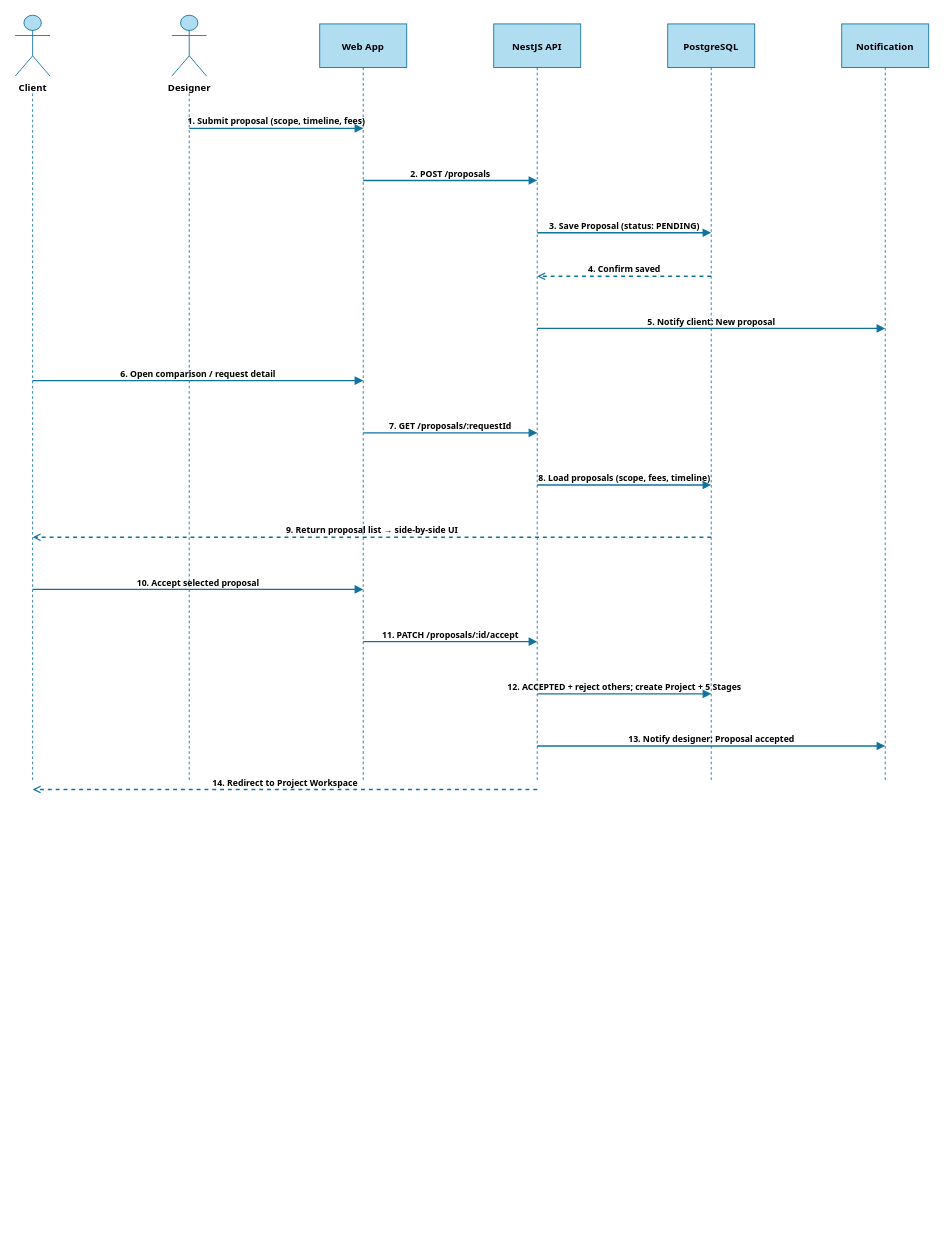
Before: docs/Interim/Diagrams/08-sequence-accept-proposal.drawio in MNSBaanu/Inside, a draw.io diagram. Source tidied: cells renumbered, new cells numbered last; positions are measured from the earlier drawing's top-left corner, leaving out a move shared by most shapes. Both pictures are drawn from the tidied source at 87%, with x=0, y=0 at pixel (15, 15).
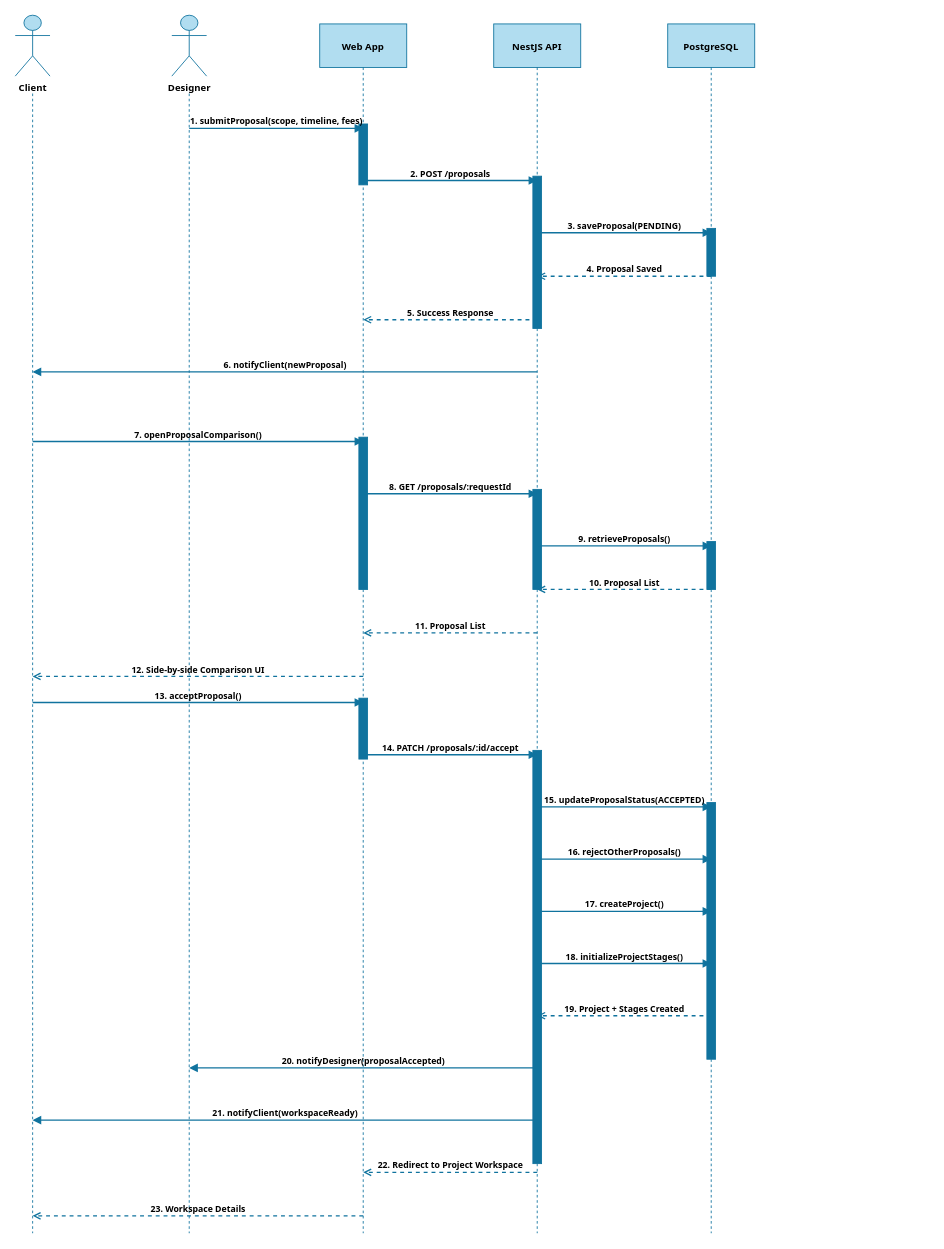
After the change.

Commit message (it also covers changes not shown here):
Update sequence diagrams for improved layout and clarity

- Adjusted dimensions and positions of elements in the Sequence Diagrams for Milestone Payment, Accept Proposal, and Stage Approval to enhance visual balance and alignment.
- Renamed "Actors" to "Participants" for consistency across diagrams.
- Introduced activation bars to better represent the flow of actions.
- Updated lifeline target points to reflect the new diagram heights, ensuring accurate representation of interactions.

The edit, as a diff of the source:
```diff
@@
-    <mxCell id="7" value="Notification" style="rounded=0;whiteSpace=wrap;html=1;fillColor=#b1ddf0;strokeColor=#10739e;fontFamily=Tahoma;fontSize=11;fontStyle=1;" parent="1" vertex="1">
-      <mxGeometry x="950" y="10" width="100" height="50" as="geometry" />
-    </mxCell>
     <mxCell id="8" style="endArrow=none;dashed=1;html=1;strokeColor=#10739e;strokeWidth=1;" parent="1" edge="1">
       <mxGeometry relative="1" as="geometry">
         <mxPoint x="20" y="90" as="sourcePoint" />
-        <mxPoint x="20" y="880" as="targetPoint" />
+        <mxPoint x="20" y="1400" as="targetPoint" />
       </mxGeometry>
     </mxCell>
     <mxCell id="9" style="endArrow=none;dashed=1;html=1;strokeColor=#10739e;strokeWidth=1;" parent="1" edge="1">
       <mxGeometry relative="1" as="geometry">
         <mxPoint x="200" y="90" as="sourcePoint" />
-        <mxPoint x="200" y="880" as="targetPoint" />
+        <mxPoint x="200" y="1400" as="targetPoint" />
       </mxGeometry>
     </mxCell>
     <mxCell id="10" style="endArrow=none;dashed=1;html=1;strokeColor=#10739e;strokeWidth=1;" parent="1" edge="1">
       <mxGeometry relative="1" as="geometry">
         <mxPoint x="400" y="60" as="sourcePoint" />
-        <mxPoint x="400" y="880" as="targetPoint" />
+        <mxPoint x="400" y="1400" as="targetPoint" />
       </mxGeometry>
     </mxCell>
     <mxCell id="11" style="endArrow=none;dashed=1;html=1;strokeColor=#10739e;strokeWidth=1;" parent="1" edge="1">
       <mxGeometry relative="1" as="geometry">
         <mxPoint x="600" y="60" as="sourcePoint" />
-        <mxPoint x="600" y="880" as="targetPoint" />
+        <mxPoint x="600" y="1400" as="targetPoint" />
       </mxGeometry>
     </mxCell>
     <mxCell id="12" style="endArrow=none;dashed=1;html=1;strokeColor=#10739e;strokeWidth=1;" parent="1" edge="1">
       <mxGeometry relative="1" as="geometry">
         <mxPoint x="800" y="60" as="sourcePoint" />
-        <mxPoint x="800" y="880" as="targetPoint" />
+        <mxPoint x="800" y="1400" as="targetPoint" />
       </mxGeometry>
     </mxCell>
-    <mxCell id="13" style="endArrow=none;dashed=1;html=1;strokeColor=#10739e;strokeWidth=1;" parent="1" edge="1">
-      <mxGeometry relative="1" as="geometry">
-        <mxPoint x="1000" y="60" as="sourcePoint" />
-        <mxPoint x="1000" y="880" as="targetPoint" />
-      </mxGeometry>
-    </mxCell>
+    <mxCell id="28" style="rounded=0;whiteSpace=wrap;html=1;fillColor=#10739e;strokeColor=#10739e;" parent="1" vertex="1">
+      <mxGeometry x="395" y="125" width="10" height="70" as="geometry" />
+    </mxCell>
+    <mxCell id="29" style="rounded=0;whiteSpace=wrap;html=1;fillColor=#10739e;strokeColor=#10739e;" parent="1" vertex="1">
+      <mxGeometry x="595" y="185" width="10" height="175" as="geometry" />
+    </mxCell>
+    <mxCell id="30" style="rounded=0;whiteSpace=wrap;html=1;fillColor=#10739e;strokeColor=#10739e;" parent="1" vertex="1">
+      <mxGeometry x="795" y="245" width="10" height="55" as="geometry" />
+    </mxCell>
+    <mxCell id="31" style="rounded=0;whiteSpace=wrap;html=1;fillColor=#10739e;strokeColor=#10739e;" parent="1" vertex="1">
+      <mxGeometry x="395" y="485" width="10" height="175" as="geometry" />
+    </mxCell>
+    <mxCell id="32" style="rounded=0;whiteSpace=wrap;html=1;fillColor=#10739e;strokeColor=#10739e;" parent="1" vertex="1">
+      <mxGeometry x="595" y="545" width="10" height="115" as="geometry" />
+    </mxCell>
+    <mxCell id="33" style="rounded=0;whiteSpace=wrap;html=1;fillColor=#10739e;strokeColor=#10739e;" parent="1" vertex="1">
+      <mxGeometry x="795" y="605" width="10" height="55" as="geometry" />
+    </mxCell>
+    <mxCell id="34" style="rounded=0;whiteSpace=wrap;html=1;fillColor=#10739e;strokeColor=#10739e;" parent="1" vertex="1">
+      <mxGeometry x="395" y="785" width="10" height="70" as="geometry" />
+    </mxCell>
+    <mxCell id="35" style="rounded=0;whiteSpace=wrap;html=1;fillColor=#10739e;strokeColor=#10739e;" parent="1" vertex="1">
+      <mxGeometry x="595" y="845" width="10" height="475" as="geometry" />
+    </mxCell>
+    <mxCell id="36" style="rounded=0;whiteSpace=wrap;html=1;fillColor=#10739e;strokeColor=#10739e;" parent="1" vertex="1">
+      <mxGeometry x="795" y="905" width="10" height="295" as="geometry" />
+    </mxCell>
-    <mxCell id="14" value="1. Submit proposal (scope, timeline, fees)" style="endArrow=block;endFill=1;html=1;strokeColor=#10739e;strokeWidth=1.5;fontFamily=Tahoma;fontSize=10;fontStyle=1;labelBackgroundColor=none;verticalAlign=bottom;" parent="1" edge="1">
+    <mxCell id="14" value="1. submitProposal(scope, timeline, fees)" style="endArrow=block;endFill=1;html=1;strokeColor=#10739e;strokeWidth=1.5;fontFamily=Tahoma;fontSize=10;fontStyle=1;labelBackgroundColor=none;verticalAlign=bottom;" parent="1" edge="1">
       <mxGeometry relative="1" as="geometry">
         <mxPoint x="200" y="130" as="sourcePoint" />
         <mxPoint x="400" y="130" as="targetPoint" />
       </mxGeometry>
     </mxCell>
@@
-    <mxCell id="16" value="3. Save Proposal (status: PENDING)" style="endArrow=block;endFill=1;html=1;strokeColor=#10739e;strokeWidth=1.5;fontFamily=Tahoma;fontSize=10;fontStyle=1;labelBackgroundColor=none;verticalAlign=bottom;" parent="1" edge="1">
+    <mxCell id="16" value="3. saveProposal(PENDING)" style="endArrow=block;endFill=1;html=1;strokeColor=#10739e;strokeWidth=1.5;fontFamily=Tahoma;fontSize=10;fontStyle=1;labelBackgroundColor=none;verticalAlign=bottom;" parent="1" edge="1">
       <mxGeometry relative="1" as="geometry">
         <mxPoint x="600" y="250" as="sourcePoint" />
         <mxPoint x="800" y="250" as="targetPoint" />
       </mxGeometry>
     </mxCell>
-    <mxCell id="17" value="4. Confirm saved" style="endArrow=open;endFill=0;dashed=1;html=1;strokeColor=#10739e;strokeWidth=1.5;fontFamily=Tahoma;fontSize=10;fontStyle=1;labelBackgroundColor=none;verticalAlign=bottom;" parent="1" edge="1">
+    <mxCell id="17" value="4. Proposal Saved" style="endArrow=open;endFill=0;dashed=1;html=1;strokeColor=#10739e;strokeWidth=1.5;fontFamily=Tahoma;fontSize=10;fontStyle=1;labelBackgroundColor=none;verticalAlign=bottom;" parent="1" edge="1">
       <mxGeometry relative="1" as="geometry">
         <mxPoint x="800" y="300" as="sourcePoint" />
         <mxPoint x="600" y="300" as="targetPoint" />
       </mxGeometry>
     </mxCell>
-    <mxCell id="18" value="5. Notify client: New proposal" style="endArrow=block;endFill=1;html=1;strokeColor=#10739e;strokeWidth=1.5;fontFamily=Tahoma;fontSize=10;fontStyle=1;labelBackgroundColor=none;verticalAlign=bottom;" parent="1" edge="1">
+    <mxCell id="18" value="5. Success Response" style="endArrow=open;endFill=0;dashed=1;html=1;strokeColor=#10739e;strokeWidth=1.5;fontFamily=Tahoma;fontSize=10;fontStyle=1;labelBackgroundColor=none;verticalAlign=bottom;" parent="1" edge="1">
       <mxGeometry relative="1" as="geometry">
-        <mxPoint x="600" y="360" as="sourcePoint" />
-        <mxPoint x="1000" y="360" as="targetPoint" />
+        <mxPoint x="600" y="350" as="sourcePoint" />
+        <mxPoint x="400" y="350" as="targetPoint" />
       </mxGeometry>
     </mxCell>
-    <mxCell id="19" value="6. Open comparison / request detail" style="endArrow=block;endFill=1;html=1;strokeColor=#10739e;strokeWidth=1.5;fontFamily=Tahoma;fontSize=10;fontStyle=1;labelBackgroundColor=none;verticalAlign=bottom;" parent="1" edge="1">
+    <mxCell id="19" value="6. notifyClient(newProposal)" style="endArrow=block;endFill=1;html=1;strokeColor=#10739e;strokeWidth=1.5;fontFamily=Tahoma;fontSize=10;fontStyle=1;labelBackgroundColor=none;verticalAlign=bottom;" parent="1" edge="1">
       <mxGeometry relative="1" as="geometry">
-        <mxPoint x="20" y="420" as="sourcePoint" />
-        <mxPoint x="400" y="420" as="targetPoint" />
+        <mxPoint x="600" y="410" as="sourcePoint" />
+        <mxPoint x="20" y="410" as="targetPoint" />
       </mxGeometry>
     </mxCell>
-    <mxCell id="20" value="7. GET /proposals/:requestId" style="endArrow=block;endFill=1;html=1;strokeColor=#10739e;strokeWidth=1.5;fontFamily=Tahoma;fontSize=10;fontStyle=1;labelBackgroundColor=none;verticalAlign=bottom;" parent="1" edge="1">
+    <mxCell id="20" value="7. openProposalComparison()" style="endArrow=block;endFill=1;html=1;strokeColor=#10739e;strokeWidth=1.5;fontFamily=Tahoma;fontSize=10;fontStyle=1;labelBackgroundColor=none;verticalAlign=bottom;" parent="1" edge="1">
       <mxGeometry relative="1" as="geometry">
-        <mxPoint x="400" y="480" as="sourcePoint" />
-        <mxPoint x="600" y="480" as="targetPoint" />
+        <mxPoint x="20" y="490" as="sourcePoint" />
+        <mxPoint x="400" y="490" as="targetPoint" />
       </mxGeometry>
     </mxCell>
-    <mxCell id="21" value="8. Load proposals (scope, fees, timeline)" style="endArrow=block;endFill=1;html=1;strokeColor=#10739e;strokeWidth=1.5;fontFamily=Tahoma;fontSize=10;fontStyle=1;labelBackgroundColor=none;verticalAlign=bottom;" parent="1" edge="1">
+    <mxCell id="21" value="8. GET /proposals/:requestId" style="endArrow=block;endFill=1;html=1;strokeColor=#10739e;strokeWidth=1.5;fontFamily=Tahoma;fontSize=10;fontStyle=1;labelBackgroundColor=none;verticalAlign=bottom;" parent="1" edge="1">
       <mxGeometry relative="1" as="geometry">
-        <mxPoint x="600" y="540" as="sourcePoint" />
-        <mxPoint x="800" y="540" as="targetPoint" />
+        <mxPoint x="400" y="550" as="sourcePoint" />
+        <mxPoint x="600" y="550" as="targetPoint" />
       </mxGeometry>
     </mxCell>
-    <mxCell id="22" value="9. Return proposal list → side-by-side UI" style="endArrow=open;endFill=0;dashed=1;html=1;strokeColor=#10739e;strokeWidth=1.5;fontFamily=Tahoma;fontSize=10;fontStyle=1;labelBackgroundColor=none;verticalAlign=bottom;" parent="1" edge="1">
+    <mxCell id="22" value="9. retrieveProposals()" style="endArrow=block;endFill=1;html=1;strokeColor=#10739e;strokeWidth=1.5;fontFamily=Tahoma;fontSize=10;fontStyle=1;labelBackgroundColor=none;verticalAlign=bottom;" parent="1" edge="1">
       <mxGeometry relative="1" as="geometry">
-        <mxPoint x="800" y="600" as="sourcePoint" />
-        <mxPoint x="20" y="600" as="targetPoint" />
+        <mxPoint x="600" y="610" as="sourcePoint" />
+        <mxPoint x="800" y="610" as="targetPoint" />
       </mxGeometry>
     </mxCell>
-    <mxCell id="23" value="10. Accept selected proposal" style="endArrow=block;endFill=1;html=1;strokeColor=#10739e;strokeWidth=1.5;fontFamily=Tahoma;fontSize=10;fontStyle=1;labelBackgroundColor=none;verticalAlign=bottom;" parent="1" edge="1">
+    <mxCell id="23" value="10. Proposal List" style="endArrow=open;endFill=0;dashed=1;html=1;strokeColor=#10739e;strokeWidth=1.5;fontFamily=Tahoma;fontSize=10;fontStyle=1;labelBackgroundColor=none;verticalAlign=bottom;" parent="1" edge="1">
       <mxGeometry relative="1" as="geometry">
-        <mxPoint x="20" y="660" as="sourcePoint" />
-        <mxPoint x="400" y="660" as="targetPoint" />
+        <mxPoint x="800" y="660" as="sourcePoint" />
+        <mxPoint x="600" y="660" as="targetPoint" />
       </mxGeometry>
     </mxCell>
-    <mxCell id="24" value="11. PATCH /proposals/:id/accept" style="endArrow=block;endFill=1;html=1;strokeColor=#10739e;strokeWidth=1.5;fontFamily=Tahoma;fontSize=10;fontStyle=1;labelBackgroundColor=none;verticalAlign=bottom;" parent="1" edge="1">
+    <mxCell id="24" value="11. Proposal List" style="endArrow=open;endFill=0;dashed=1;html=1;strokeColor=#10739e;strokeWidth=1.5;fontFamily=Tahoma;fontSize=10;fontStyle=1;labelBackgroundColor=none;verticalAlign=bottom;" parent="1" edge="1">
       <mxGeometry relative="1" as="geometry">
-        <mxPoint x="400" y="720" as="sourcePoint" />
-        <mxPoint x="600" y="720" as="targetPoint" />
+        <mxPoint x="600" y="710" as="sourcePoint" />
+        <mxPoint x="400" y="710" as="targetPoint" />
       </mxGeometry>
     </mxCell>
-    <mxCell id="25" value="12. ACCEPTED + reject others; create Project + 5 Stages" style="endArrow=block;endFill=1;html=1;strokeColor=#10739e;strokeWidth=1.5;fontFamily=Tahoma;fontSize=10;fontStyle=1;labelBackgroundColor=none;verticalAlign=bottom;" parent="1" edge="1">
+    <mxCell id="25" value="12. Side-by-side Comparison UI" style="endArrow=open;endFill=0;dashed=1;html=1;strokeColor=#10739e;strokeWidth=1.5;fontFamily=Tahoma;fontSize=10;fontStyle=1;labelBackgroundColor=none;verticalAlign=bottom;" parent="1" edge="1">
       <mxGeometry relative="1" as="geometry">
-        <mxPoint x="600" y="780" as="sourcePoint" />
-        <mxPoint x="800" y="780" as="targetPoint" />
+        <mxPoint x="400" y="760" as="sourcePoint" />
+        <mxPoint x="20" y="760" as="targetPoint" />
       </mxGeometry>
     </mxCell>
-    <mxCell id="26" value="13. Notify designer: Proposal accepted" style="endArrow=block;endFill=1;html=1;strokeColor=#10739e;strokeWidth=1.5;fontFamily=Tahoma;fontSize=10;fontStyle=1;labelBackgroundColor=none;verticalAlign=bottom;" parent="1" edge="1">
+    <mxCell id="26" value="13. acceptProposal()" style="endArrow=block;endFill=1;html=1;strokeColor=#10739e;strokeWidth=1.5;fontFamily=Tahoma;fontSize=10;fontStyle=1;labelBackgroundColor=none;verticalAlign=bottom;" parent="1" edge="1">
       <mxGeometry relative="1" as="geometry">
-        <mxPoint x="600" y="840" as="sourcePoint" />
-        <mxPoint x="1000" y="840" as="targetPoint" />
+        <mxPoint x="20" y="790" as="sourcePoint" />
+        <mxPoint x="400" y="790" as="targetPoint" />
       </mxGeometry>
     </mxCell>
-    <mxCell id="27" value="14. Redirect to Project Workspace" style="endArrow=open;endFill=0;dashed=1;html=1;strokeColor=#10739e;strokeWidth=1.5;fontFamily=Tahoma;fontSize=10;fontStyle=1;labelBackgroundColor=none;verticalAlign=bottom;" parent="1" edge="1">
+    <mxCell id="27" value="14. PATCH /proposals/:id/accept" style="endArrow=block;endFill=1;html=1;strokeColor=#10739e;strokeWidth=1.5;fontFamily=Tahoma;fontSize=10;fontStyle=1;labelBackgroundColor=none;verticalAlign=bottom;" parent="1" edge="1">
       <mxGeometry relative="1" as="geometry">
-        <mxPoint x="600" y="890" as="sourcePoint" />
-        <mxPoint x="20" y="890" as="targetPoint" />
+        <mxPoint x="400" y="850" as="sourcePoint" />
+        <mxPoint x="600" y="850" as="targetPoint" />
       </mxGeometry>
     </mxCell>
+    <mxCell id="37" value="15. updateProposalStatus(ACCEPTED)" style="endArrow=block;endFill=1;html=1;strokeColor=#10739e;strokeWidth=1.5;fontFamily=Tahoma;fontSize=10;fontStyle=1;labelBackgroundColor=none;verticalAlign=bottom;" parent="1" edge="1">
+      <mxGeometry relative="1" as="geometry">
+        <mxPoint x="600" y="910" as="sourcePoint" />
+        <mxPoint x="800" y="910" as="targetPoint" />
+      </mxGeometry>
+    </mxCell>
+    <mxCell id="38" value="16. rejectOtherProposals()" style="endArrow=block;endFill=1;html=1;strokeColor=#10739e;strokeWidth=1.5;fontFamily=Tahoma;fontSize=10;fontStyle=1;labelBackgroundColor=none;verticalAlign=bottom;" parent="1" edge="1">
+      <mxGeometry relative="1" as="geometry">
+        <mxPoint x="600" y="970" as="sourcePoint" />
+        <mxPoint x="800" y="970" as="targetPoint" />
+      </mxGeometry>
+    </mxCell>
+    <mxCell id="39" value="17. createProject()" style="endArrow=block;endFill=1;html=1;strokeColor=#10739e;strokeWidth=1.5;fontFamily=Tahoma;fontSize=10;fontStyle=1;labelBackgroundColor=none;verticalAlign=bottom;" parent="1" edge="1">
+      <mxGeometry relative="1" as="geometry">
+        <mxPoint x="600" y="1030" as="sourcePoint" />
+        <mxPoint x="800" y="1030" as="targetPoint" />
+      </mxGeometry>
+    </mxCell>
+    <mxCell id="40" value="18. initializeProjectStages()" style="endArrow=block;endFill=1;html=1;strokeColor=#10739e;strokeWidth=1.5;fontFamily=Tahoma;fontSize=10;fontStyle=1;labelBackgroundColor=none;verticalAlign=bottom;" parent="1" edge="1">
+      <mxGeometry relative="1" as="geometry">
+        <mxPoint x="600" y="1090" as="sourcePoint" />
+        <mxPoint x="800" y="1090" as="targetPoint" />
+      </mxGeometry>
+    </mxCell>
+    <mxCell id="41" value="19. Project + Stages Created" style="endArrow=open;endFill=0;dashed=1;html=1;strokeColor=#10739e;strokeWidth=1.5;fontFamily=Tahoma;fontSize=10;fontStyle=1;labelBackgroundColor=none;verticalAlign=bottom;" parent="1" edge="1">
+      <mxGeometry relative="1" as="geometry">
+        <mxPoint x="800" y="1150" as="sourcePoint" />
+        <mxPoint x="600" y="1150" as="targetPoint" />
+      </mxGeometry>
+    </mxCell>
+    <mxCell id="42" value="20. notifyDesigner(proposalAccepted)" style="endArrow=block;endFill=1;html=1;strokeColor=#10739e;strokeWidth=1.5;fontFamily=Tahoma;fontSize=10;fontStyle=1;labelBackgroundColor=none;verticalAlign=bottom;" parent="1" edge="1">
+      <mxGeometry relative="1" as="geometry">
+        <mxPoint x="600" y="1210" as="sourcePoint" />
+        <mxPoint x="200" y="1210" as="targetPoint" />
+      </mxGeometry>
+    </mxCell>
+    <mxCell id="43" value="21. notifyClient(workspaceReady)" style="endArrow=block;endFill=1;html=1;strokeColor=#10739e;strokeWidth=1.5;fontFamily=Tahoma;fontSize=10;fontStyle=1;labelBackgroundColor=none;verticalAlign=bottom;" parent="1" edge="1">
+      <mxGeometry relative="1" as="geometry">
+        <mxPoint x="600" y="1270" as="sourcePoint" />
+        <mxPoint x="20" y="1270" as="targetPoint" />
+      </mxGeometry>
+    </mxCell>
+    <mxCell id="44" value="22. Redirect to Project Workspace" style="endArrow=open;endFill=0;dashed=1;html=1;strokeColor=#10739e;strokeWidth=1.5;fontFamily=Tahoma;fontSize=10;fontStyle=1;labelBackgroundColor=none;verticalAlign=bottom;" parent="1" edge="1">
+      <mxGeometry relative="1" as="geometry">
+        <mxPoint x="600" y="1330" as="sourcePoint" />
+        <mxPoint x="400" y="1330" as="targetPoint" />
+      </mxGeometry>
+    </mxCell>
+    <mxCell id="45" value="23. Workspace Details" style="endArrow=open;endFill=0;dashed=1;html=1;strokeColor=#10739e;strokeWidth=1.5;fontFamily=Tahoma;fontSize=10;fontStyle=1;labelBackgroundColor=none;verticalAlign=bottom;" parent="1" edge="1">
+      <mxGeometry relative="1" as="geometry">
+        <mxPoint x="400" y="1380" as="sourcePoint" />
+        <mxPoint x="20" y="1380" as="targetPoint" />
+      </mxGeometry>
+    </mxCell>
```
